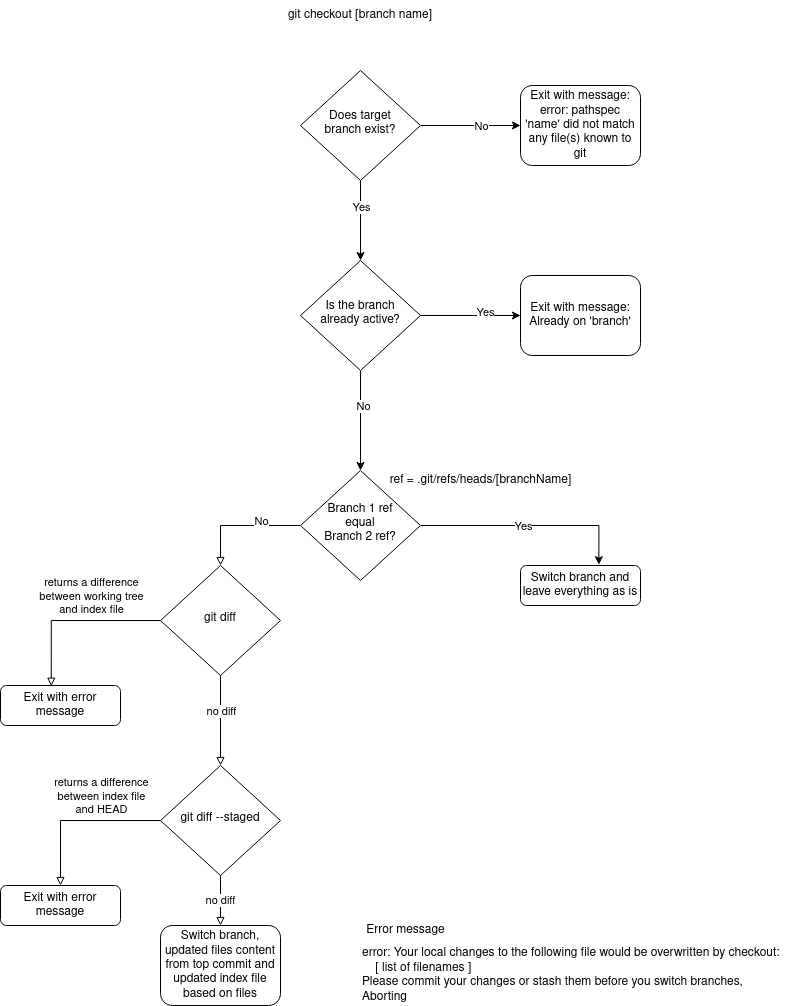
varkiwi/git3-client keeps this draw.io diagram as docs/artifacts/images/git_checkout_switch_branch.png. Above is the earlier version. Source tidied: cells renumbered, new cells last; positions are measured from the earlier drawing's top-left corner, leaving out a move shared by most shapes.
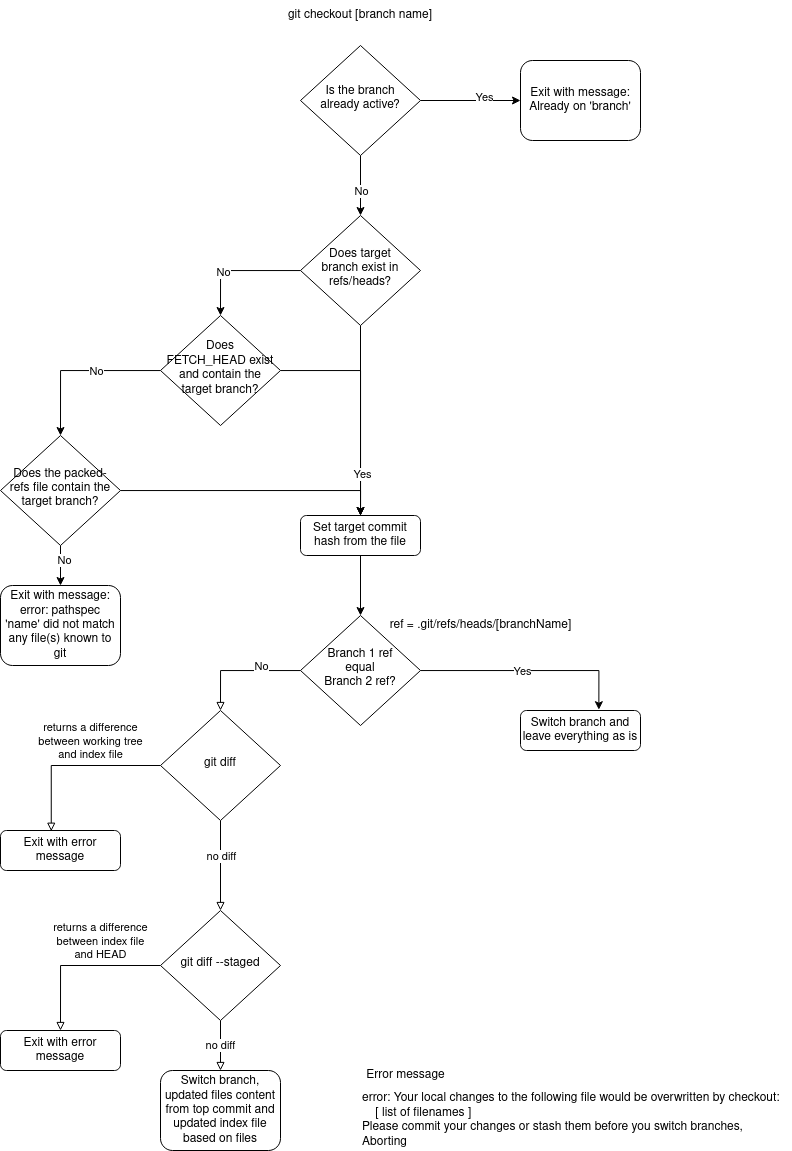
The same diagram one commit later.

Commit message:
Updating the checkout diagram

Diff of the diagram source:
```diff
@@ -23,7 +23,7 @@
       <mxGeometry x="520" y="565" width="120" height="40" as="geometry" />
     </mxCell>
     <mxCell id="8" value="git checkout [branch name]" style="text;html=1;strokeColor=none;fillColor=none;align=center;verticalAlign=middle;whiteSpace=wrap;rounded=0;" parent="1" vertex="1">
-      <mxGeometry x="270" width="180" height="30" as="geometry" />
+      <mxGeometry x="270" y="-145" width="180" height="30" as="geometry" />
     </mxCell>
     <mxCell id="9" value="Exit with error message" style="rounded=1;whiteSpace=wrap;html=1;fontSize=12;glass=0;strokeWidth=1;shadow=0;" parent="1" vertex="1">
       <mxGeometry y="685" width="120" height="40" as="geometry" />
@@ -74,41 +74,75 @@
     <mxCell id="23" value="ref = .git/refs/heads/[branchName]" style="text;html=1;align=center;verticalAlign=middle;strokeColor=none;fillColor=none;" parent="1" vertex="1">
       <mxGeometry x="380" y="470" width="200" height="20" as="geometry" />
     </mxCell>
-    <mxCell id="24" style="edgeStyle=orthogonalEdgeStyle;rounded=0;jettySize=auto;html=1;" parent="1" edge="1" source="28" target="34">
-      <mxGeometry relative="1" as="geometry" />
-    </mxCell>
-    <mxCell id="25" value="Yes" style="edgeLabel;html=1;align=center;verticalAlign=middle;" parent="24" vertex="1">
-      <mxGeometry x="-0.36" relative="1" as="geometry" />
-    </mxCell>
-    <mxCell id="26" style="edgeStyle=orthogonalEdgeStyle;rounded=0;jettySize=auto;html=1;entryX=0;entryY=0.5;entryDx=0;entryDy=0;" parent="1" edge="1" source="28" target="29">
-      <mxGeometry relative="1" as="geometry" />
-    </mxCell>
-    <mxCell id="27" value="No" style="edgeLabel;html=1;align=center;verticalAlign=middle;" parent="26" vertex="1">
-      <mxGeometry x="0.21" relative="1" as="geometry" />
-    </mxCell>
+    <mxCell id="36" style="edgeStyle=orthogonalEdgeStyle;rounded=0;jettySize=auto;html=1;entryX=0.5;entryY=0;entryDx=0;entryDy=0;" parent="1" edge="1" source="28" target="44">
+      <mxGeometry relative="1" as="geometry" />
+    </mxCell>
+    <mxCell id="37" value="No" style="edgeLabel;html=1;align=center;verticalAlign=middle;" parent="36" vertex="1">
+      <mxGeometry x="0.24" y="1" relative="1" as="geometry" />
+    </mxCell>
+    <mxCell id="38" style="edgeStyle=orthogonalEdgeStyle;rounded=0;jettySize=auto;html=1;entryX=0.5;entryY=0;entryDx=0;entryDy=0;" parent="1" edge="1" source="28" target="50">
+      <mxGeometry relative="1" as="geometry" />
+    </mxCell>
-    <mxCell id="28" value="&lt;div&gt;Does target &lt;br&gt;&lt;/div&gt;&lt;div&gt;branch exist?&lt;/div&gt;" style="rhombus;whiteSpace=wrap;html=1;shadow=0;fontFamily=Helvetica;fontSize=12;align=center;strokeWidth=1;spacing=6;spacingTop=-4;" parent="1" vertex="1">
+    <mxCell id="28" value="&lt;div&gt;Does target &lt;br&gt;&lt;/div&gt;&lt;div&gt;branch exist in &lt;br&gt;&lt;/div&gt;&lt;div&gt;refs/heads?&lt;br&gt;&lt;/div&gt;" style="rhombus;whiteSpace=wrap;html=1;shadow=0;fontFamily=Helvetica;fontSize=12;align=center;strokeWidth=1;spacing=6;spacingTop=-4;" parent="1" vertex="1">
       <mxGeometry x="300" y="70" width="120" height="110" as="geometry" />
     </mxCell>
     <mxCell id="29" value="Exit with message: error: pathspec 'name' did not match any file(s) known to git" style="rounded=1;whiteSpace=wrap;html=1;fontSize=12;glass=0;strokeWidth=1;shadow=0;" parent="1" vertex="1">
-      <mxGeometry x="520" y="85" width="120" height="80" as="geometry" />
+      <mxGeometry y="440" width="120" height="80" as="geometry" />
     </mxCell>
-    <mxCell id="30" style="edgeStyle=orthogonalEdgeStyle;rounded=0;jettySize=auto;html=1;entryX=0.5;entryY=0;entryDx=0;entryDy=0;" parent="1" edge="1" source="34" target="6">
-      <mxGeometry relative="1" as="geometry" />
-    </mxCell>
-    <mxCell id="31" value="No" style="edgeLabel;html=1;align=center;verticalAlign=middle;" parent="30" vertex="1">
-      <mxGeometry x="-0.3" y="2" relative="1" as="geometry" />
-    </mxCell>
     <mxCell id="32" style="edgeStyle=orthogonalEdgeStyle;rounded=0;jettySize=auto;html=1;entryX=0;entryY=0.5;entryDx=0;entryDy=0;" parent="1" edge="1" source="34" target="35">
       <mxGeometry relative="1" as="geometry" />
     </mxCell>
     <mxCell id="33" value="Yes" style="edgeLabel;html=1;align=center;verticalAlign=middle;" parent="32" vertex="1">
       <mxGeometry x="0.28" y="4" relative="1" as="geometry" />
     </mxCell>
+    <mxCell id="39" style="edgeStyle=orthogonalEdgeStyle;rounded=0;jettySize=auto;html=1;" parent="1" edge="1" source="34" target="28">
+      <mxGeometry relative="1" as="geometry" />
+    </mxCell>
+    <mxCell id="40" value="No" style="edgeLabel;html=1;align=center;verticalAlign=middle;" parent="39" vertex="1">
+      <mxGeometry x="-0.76" relative="1" as="geometry">
+        <mxPoint y="28" as="offset" />
+      </mxGeometry>
+    </mxCell>
     <mxCell id="34" value="Is the branch already active?" style="rhombus;whiteSpace=wrap;html=1;shadow=0;fontFamily=Helvetica;fontSize=12;align=center;strokeWidth=1;spacing=6;spacingTop=-4;" parent="1" vertex="1">
-      <mxGeometry x="300" y="260" width="120" height="110" as="geometry" />
+      <mxGeometry x="300" y="-100" width="120" height="110" as="geometry" />
     </mxCell>
     <mxCell id="35" value="Exit with message: Already on 'branch'" style="rounded=1;whiteSpace=wrap;html=1;fontSize=12;glass=0;strokeWidth=1;shadow=0;" parent="1" vertex="1">
-      <mxGeometry x="520" y="275" width="120" height="80" as="geometry" />
+      <mxGeometry x="520" y="-85" width="120" height="80" as="geometry" />
     </mxCell>
+    <mxCell id="41" style="edgeStyle=orthogonalEdgeStyle;rounded=0;jettySize=auto;html=1;entryX=0.5;entryY=0;entryDx=0;entryDy=0;" parent="1" edge="1" source="44" target="48">
+      <mxGeometry relative="1" as="geometry" />
+    </mxCell>
+    <mxCell id="42" value="&lt;div&gt;No&lt;/div&gt;" style="edgeLabel;html=1;align=center;verticalAlign=middle;" parent="41" vertex="1">
+      <mxGeometry x="-0.06" y="1" relative="1" as="geometry">
+        <mxPoint x="13" y="-1" as="offset" />
+      </mxGeometry>
+    </mxCell>
+    <mxCell id="43" style="edgeStyle=orthogonalEdgeStyle;rounded=0;jettySize=auto;html=1;" parent="1" edge="1" source="44" target="50">
+      <mxGeometry relative="1" as="geometry" />
+    </mxCell>
+    <mxCell id="25" value="Yes" style="edgeLabel;html=1;align=center;verticalAlign=middle;" parent="43" vertex="1">
+      <mxGeometry x="0.64" y="1" relative="1" as="geometry" />
+    </mxCell>
+    <mxCell id="44" value="Does FETCH_HEAD exist and contain the target branch?" style="rhombus;whiteSpace=wrap;html=1;shadow=0;fontFamily=Helvetica;fontSize=12;align=center;strokeWidth=1;spacing=6;spacingTop=-4;" parent="1" vertex="1">
+      <mxGeometry x="160" y="170" width="120" height="110" as="geometry" />
+    </mxCell>
+    <mxCell id="45" style="edgeStyle=orthogonalEdgeStyle;rounded=0;jettySize=auto;html=1;entryX=0.5;entryY=0;entryDx=0;entryDy=0;" parent="1" edge="1" source="48" target="50">
+      <mxGeometry relative="1" as="geometry" />
+    </mxCell>
+    <mxCell id="46" style="edgeStyle=orthogonalEdgeStyle;rounded=0;jettySize=auto;html=1;entryX=0.5;entryY=0;entryDx=0;entryDy=0;" parent="1" edge="1" source="48" target="29">
+      <mxGeometry relative="1" as="geometry" />
+    </mxCell>
+    <mxCell id="47" value="No" style="edgeLabel;html=1;align=center;verticalAlign=middle;" parent="46" vertex="1">
+      <mxGeometry x="-0.27" y="3" relative="1" as="geometry" />
+    </mxCell>
+    <mxCell id="48" value="Does the packed-refs file contain the target branch?" style="rhombus;whiteSpace=wrap;html=1;shadow=0;fontFamily=Helvetica;fontSize=12;align=center;strokeWidth=1;spacing=6;spacingTop=-4;" parent="1" vertex="1">
+      <mxGeometry y="290" width="120" height="110" as="geometry" />
+    </mxCell>
+    <mxCell id="49" style="edgeStyle=orthogonalEdgeStyle;rounded=0;jettySize=auto;html=1;entryX=0.5;entryY=0;entryDx=0;entryDy=0;" parent="1" edge="1" source="50" target="6">
+      <mxGeometry relative="1" as="geometry" />
+    </mxCell>
+    <mxCell id="50" value="Set target commit hash from the file" style="rounded=1;whiteSpace=wrap;html=1;fontSize=12;glass=0;strokeWidth=1;shadow=0;" parent="1" vertex="1">
+      <mxGeometry x="300" y="370" width="120" height="40" as="geometry" />
+    </mxCell>
   </root>
 </mxGraphModel>
```
